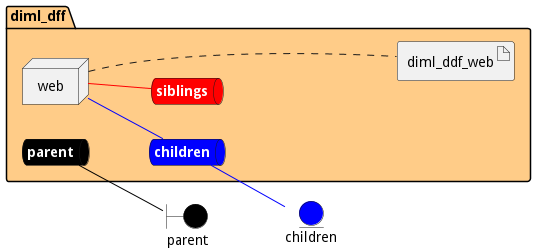
Above: docs/edgemere/diml/ddf/envs/prod/deployment.png in madajaju/edgemere (PlantUML), before the change.
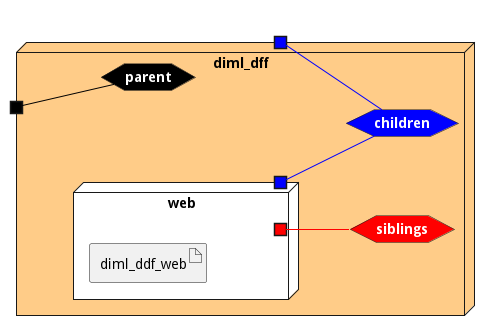
The same diagram one commit later.

Diff of the diagram source:
```diff
@@ -3,43 +3,45 @@
 left to right direction
 
 
-boundary parent #black
-
-
-entity children #blue
 
 
 
 
-package "diml_dff" #ffcc88 {
-    queue parentnet #black [
+
+node "diml_dff" #ffcc88 {
+
+
+    hexagon parentnet #black [
             <b><color:white>parent</color></b>
     ]
 
-    parentnet -[#black]- parent
+    portin " " as parentnetPortIn #black
+    parentnetPortIn -[#black]- parentnet
 
-    queue childrennet #blue [
+    hexagon childrennet #blue [
             <b><color:white>children</color></b>
     ]
 
-    childrennet -[#blue]- children
+    portout " " as childrennetPortOut #blue
+    childrennet -[#blue]- childrennetPortOut
 
-    queue siblingsnet #red [
+    hexagon siblingsnet #red [
             <b><color:white>siblings</color></b>
     ]
 
 
-node "web" as webService
+node "web" as webService #white {
+    portOut " " as webServicechildrennet #blue
+   webServicechildrennet -[#blue]- childrennet
+       portOut " " as webServicesiblingsnet #red
+   webServicesiblingsnet -[#red]- siblingsnet
 
 
-        artifact "diml_ddf_web" as diml_ddf_webimage
+    artifact "diml_ddf_web" as diml_ddf_webimage
 
 }
 
-webService -[#blue]- childrennet
-
-webService -[#red]- siblingsnet
-webService .... diml_ddf_webimage
+}
 
 
 @enduml
```
